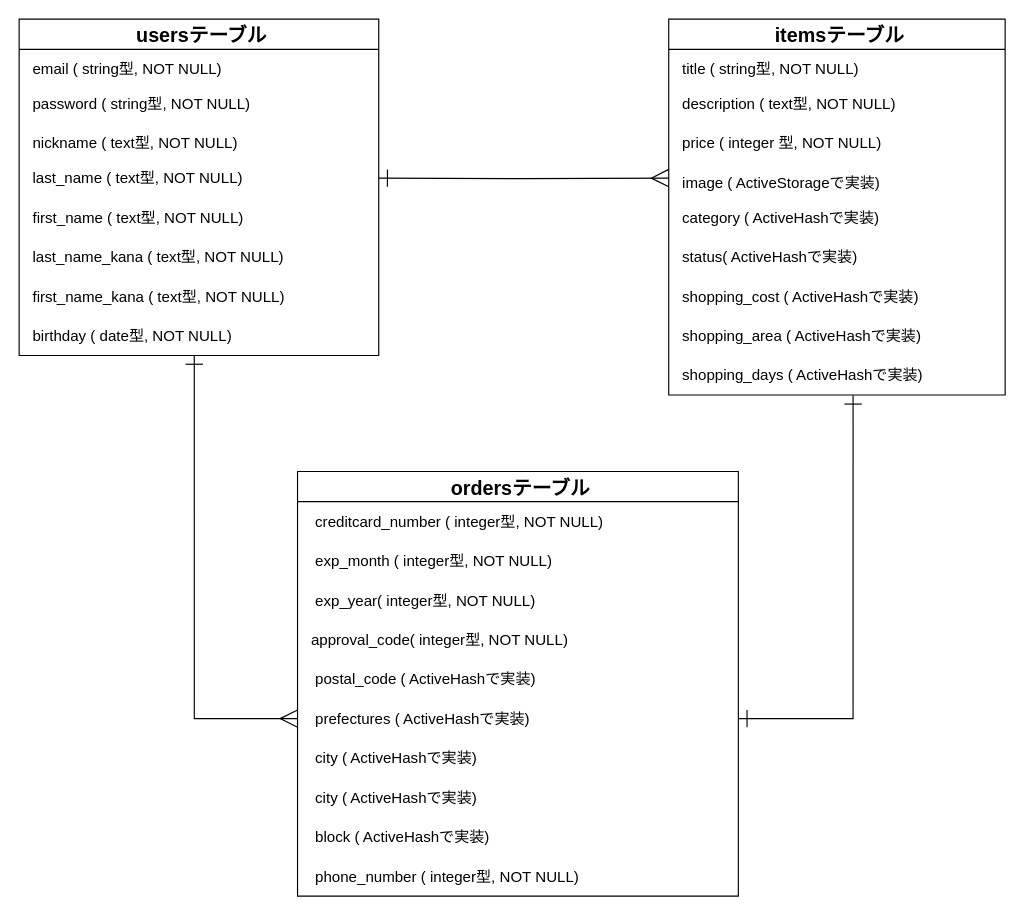
Earlier version of the draw.io diagram app/views/furima.dio (shiorifujimoto/furima-32365). Source tidied: cells renumbered, new cells numbered last; positions are measured from the earlier drawing's top-left corner, leaving out a move shared by most shapes. Both pictures are drawn from the tidied source at 116%, with x=0, y=0 at pixel (19, 19).
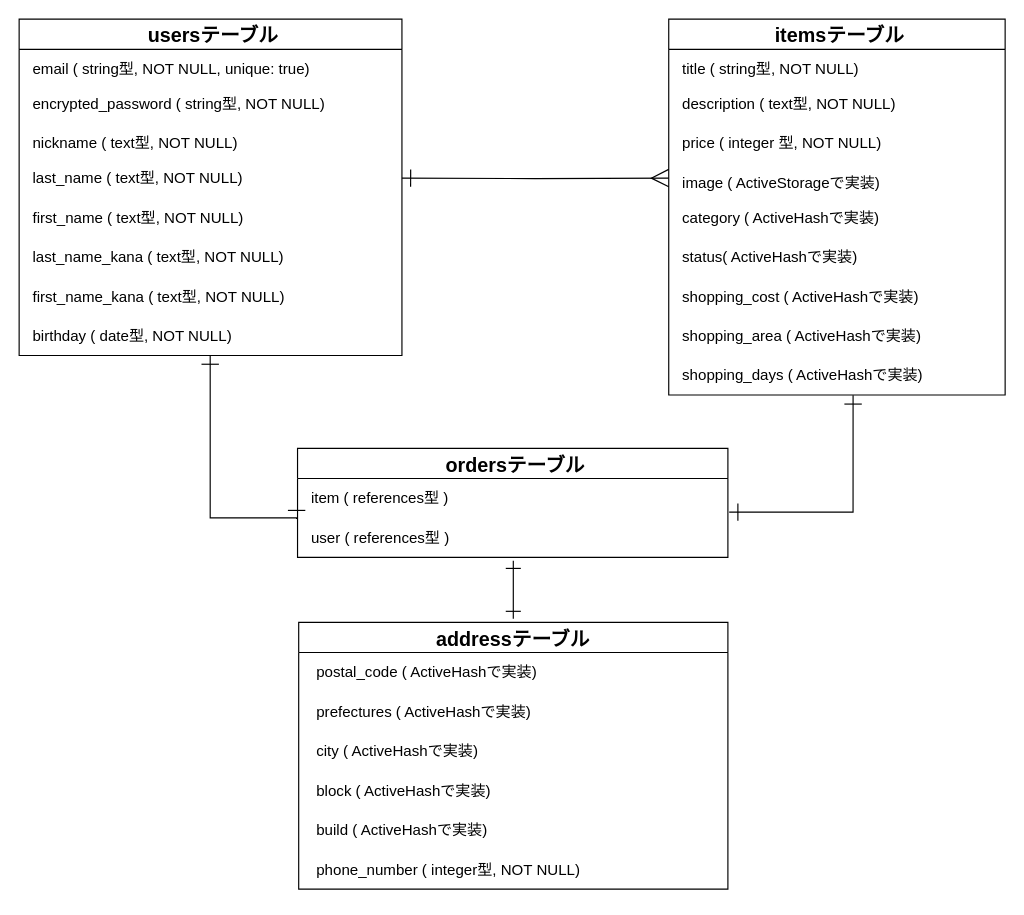
After the change.

Commit message (it also covers changes not shown here):
データベース設計の修正１

The change refers to these unchanged cells:
```xml
<mxCell id="11" value="shopping_days ( ActiveHashで実装)" style="text;strokeColor=none;fillColor=none;spacingLeft=7;spacingRight=2;overflow=hidden;points=[[0,0.5],[1,0.5]];portConstraint=eastwest;fontSize=13;spacing=5;" parent="2" vertex="1">
  <mxGeometry y="290" width="290" height="34" as="geometry" />
</mxCell>
```

What changed in the source:
```diff
@@
     <mxCell id="12" value="ordersテーブル" style="swimlane;fontStyle=1;horizontal=1;startSize=26;align=center;fontSize=17;spacingRight=2;spacingLeft=7;" parent="1" vertex="1">
-      <mxGeometry x="240" y="390" width="380" height="366" as="geometry" />
+      <mxGeometry x="240" y="370" width="371" height="94" as="geometry" />
     </mxCell>
-    <mxCell id="13" value=" creditcard_number ( integer型, NOT NULL)" style="text;strokeColor=none;fillColor=none;spacingLeft=7;spacingRight=2;overflow=hidden;fontSize=13;spacing=5;" parent="12" vertex="1">
-      <mxGeometry y="26" width="380" height="34" as="geometry" />
-    </mxCell>
-    <mxCell id="14" value=" exp_month ( integer型, NOT NULL)" style="text;strokeColor=none;fillColor=none;spacingLeft=7;spacingRight=2;overflow=hidden;fontSize=13;spacing=5;" parent="12" vertex="1">
-      <mxGeometry y="60" width="380" height="34" as="geometry" />
-    </mxCell>
-    <mxCell id="15" value=" exp_year( integer型, NOT NULL)" style="text;strokeColor=none;fillColor=none;spacingLeft=7;spacingRight=2;overflow=hidden;fontSize=13;spacing=5;" parent="12" vertex="1">
-      <mxGeometry y="94" width="380" height="34" as="geometry" />
-    </mxCell>
-    <mxCell id="16" value="approval_code( integer型, NOT NULL)" style="text;strokeColor=none;fillColor=none;spacingLeft=7;spacingRight=2;overflow=hidden;fontSize=13;spacing=5;" parent="12" vertex="1">
-      <mxGeometry y="128" width="380" height="34" as="geometry" />
-    </mxCell>
-    <mxCell id="17" value=" postal_code ( ActiveHashで実装)" style="text;strokeColor=none;fillColor=none;spacingLeft=7;spacingRight=2;overflow=hidden;fontSize=13;spacing=5;" parent="12" vertex="1">
-      <mxGeometry y="162" width="380" height="34" as="geometry" />
-    </mxCell>
-    <mxCell id="18" value=" prefectures ( ActiveHashで実装)" style="text;strokeColor=none;fillColor=none;spacingLeft=7;spacingRight=2;overflow=hidden;points=[[0,0.5],[1,0.5]];portConstraint=eastwest;fontSize=13;spacing=5;" parent="12" vertex="1">
-      <mxGeometry y="196" width="380" height="34" as="geometry" />
-    </mxCell>
-    <mxCell id="19" value=" city ( ActiveHashで実装)" style="text;strokeColor=none;fillColor=none;spacingLeft=7;spacingRight=2;overflow=hidden;fontSize=13;spacing=5;" parent="12" vertex="1">
-      <mxGeometry y="230" width="380" height="34" as="geometry" />
-    </mxCell>
-    <mxCell id="20" value=" city ( ActiveHashで実装)" style="text;strokeColor=none;fillColor=none;spacingLeft=7;spacingRight=2;overflow=hidden;fontSize=13;spacing=5;" parent="12" vertex="1">
-      <mxGeometry y="264" width="380" height="34" as="geometry" />
-    </mxCell>
-    <mxCell id="21" value=" block ( ActiveHashで実装)" style="text;strokeColor=none;fillColor=none;spacingLeft=7;spacingRight=2;overflow=hidden;fontSize=13;spacing=5;" parent="12" vertex="1">
-      <mxGeometry y="298" width="380" height="34" as="geometry" />
-    </mxCell>
-    <mxCell id="22" value=" phone_number ( integer型, NOT NULL)" style="text;strokeColor=none;fillColor=none;spacingLeft=7;spacingRight=2;overflow=hidden;fontSize=13;spacing=5;" parent="12" vertex="1">
-      <mxGeometry y="332" width="380" height="34" as="geometry" />
-    </mxCell>
+    <mxCell id="35" value="item ( references型 )" style="text;strokeColor=none;fillColor=none;spacingLeft=7;spacingRight=2;overflow=hidden;fontSize=13;spacing=5;" parent="12" vertex="1">
+      <mxGeometry y="26" width="371" height="34" as="geometry" />
+    </mxCell>
+    <mxCell id="36" value="user ( references型 )" style="text;strokeColor=none;fillColor=none;spacingLeft=7;spacingRight=2;overflow=hidden;points=[[0,0.5],[1,0.5]];portConstraint=eastwest;fontSize=13;spacing=5;" parent="12" vertex="1">
+      <mxGeometry y="60" width="371" height="34" as="geometry" />
+    </mxCell>
     <mxCell id="23" value="usersテーブル" style="swimlane;fontStyle=1;horizontal=1;startSize=26;align=center;fontSize=17;spacing=15;spacingTop=0;spacingBottom=0;spacingRight=2;spacingLeft=7;" parent="1" vertex="1">
-      <mxGeometry width="310" height="290" as="geometry" />
+      <mxGeometry width="330" height="290" as="geometry" />
     </mxCell>
-    <mxCell id="24" value="email ( string型, NOT NULL)" style="text;strokeColor=none;fillColor=none;spacingLeft=7;spacingRight=2;overflow=hidden;fontSize=13;spacing=5;" parent="23" vertex="1">
-      <mxGeometry y="26" width="310" height="30" as="geometry" />
+    <mxCell id="24" value="email ( string型, NOT NULL, unique: true)" style="text;strokeColor=none;fillColor=none;spacingLeft=7;spacingRight=2;overflow=hidden;fontSize=13;spacing=5;" parent="23" vertex="1">
+      <mxGeometry y="26" width="330" height="30" as="geometry" />
     </mxCell>
-    <mxCell id="25" value="password ( string型, NOT NULL)" style="text;strokeColor=none;fillColor=none;spacingLeft=7;spacingRight=2;overflow=hidden;fontSize=13;spacing=5;" parent="23" vertex="1">
-      <mxGeometry y="56" width="310" height="34" as="geometry" />
+    <mxCell id="25" value="encrypted_password ( string型, NOT NULL)" style="text;strokeColor=none;fillColor=none;spacingLeft=7;spacingRight=2;overflow=hidden;fontSize=13;spacing=5;" parent="23" vertex="1">
+      <mxGeometry y="56" width="330" height="34" as="geometry" />
     </mxCell>
     <mxCell id="26" value="nickname ( text型, NOT NULL)" style="text;strokeColor=none;fillColor=none;spacingLeft=7;spacingRight=2;overflow=hidden;fontSize=13;spacing=5;" parent="23" vertex="1">
-      <mxGeometry y="90" width="310" height="30" as="geometry" />
+      <mxGeometry y="90" width="330" height="30" as="geometry" />
     </mxCell>
     <mxCell id="27" value="last_name ( text型, NOT NULL)" style="text;strokeColor=none;fillColor=none;spacingLeft=7;spacingRight=2;overflow=hidden;points=[[0,0.5],[1,0.5]];portConstraint=eastwest;fontSize=13;spacing=5;" parent="23" vertex="1">
-      <mxGeometry y="120" width="310" height="34" as="geometry" />
+      <mxGeometry y="120" width="330" height="34" as="geometry" />
     </mxCell>
     <mxCell id="28" value="first_name ( text型, NOT NULL)" style="text;strokeColor=none;fillColor=none;spacingLeft=7;spacingRight=2;overflow=hidden;fontSize=13;spacing=5;" parent="23" vertex="1">
-      <mxGeometry y="154" width="310" height="34" as="geometry" />
+      <mxGeometry y="154" width="330" height="34" as="geometry" />
     </mxCell>
     <mxCell id="29" value="last_name_kana ( text型, NOT NULL)" style="text;strokeColor=none;fillColor=none;spacingLeft=7;spacingRight=2;overflow=hidden;fontSize=13;spacing=5;" parent="23" vertex="1">
-      <mxGeometry y="188" width="310" height="34" as="geometry" />
+      <mxGeometry y="188" width="330" height="34" as="geometry" />
     </mxCell>
     <mxCell id="30" value="first_name_kana ( text型, NOT NULL)" style="text;strokeColor=none;fillColor=none;spacingLeft=7;spacingRight=2;overflow=hidden;fontSize=13;spacing=5;" parent="23" vertex="1">
-      <mxGeometry y="222" width="310" height="34" as="geometry" />
+      <mxGeometry y="222" width="330" height="34" as="geometry" />
     </mxCell>
     <mxCell id="31" value="birthday ( date型, NOT NULL)" style="text;strokeColor=none;fillColor=none;spacingLeft=7;spacingRight=2;overflow=hidden;points=[[0,0.5],[1,0.5]];portConstraint=eastwest;fontSize=13;spacing=5;" parent="23" vertex="1">
-      <mxGeometry y="256" width="310" height="34" as="geometry" />
+      <mxGeometry y="256" width="330" height="34" as="geometry" />
     </mxCell>
-    <mxCell id="32" style="edgeStyle=orthogonalEdgeStyle;rounded=0;jumpSize=6;jettySize=auto;html=1;exitX=0;exitY=0.5;exitDx=0;exitDy=0;entryX=0.487;entryY=1;entryDx=0;entryDy=0;entryPerimeter=0;startArrow=ERmany;startFill=0;startSize=13;sourcePerimeterSpacing=0;endArrow=ERone;endFill=0;endSize=13;strokeWidth=1;fontSize=13;spacingRight=2;spacingLeft=7;" parent="1" edge="1" source="18" target="31">
-      <mxGeometry relative="1" as="geometry" />
+    <mxCell id="32" style="edgeStyle=orthogonalEdgeStyle;rounded=0;jumpSize=6;orthogonalLoop=1;jettySize=auto;html=1;entryX=0.487;entryY=1;entryDx=0;entryDy=0;entryPerimeter=0;startArrow=ERone;startFill=0;startSize=13;sourcePerimeterSpacing=0;endArrow=ERone;endFill=0;endSize=13;strokeWidth=1;fontSize=13;spacingRight=2;spacingLeft=7;exitX=-0.013;exitY=0.029;exitDx=0;exitDy=0;exitPerimeter=0;" parent="1" edge="1">
+      <mxGeometry relative="1" as="geometry">
+        <mxPoint x="239.2" y="431" as="sourcePoint" />
+        <mxPoint x="164.7" y="290" as="targetPoint" />
+        <Array as="points">
+          <mxPoint x="165" y="430" />
+        </Array>
+      </mxGeometry>
     </mxCell>
@@
-    <mxCell id="34" style="edgeStyle=orthogonalEdgeStyle;rounded=0;jumpSize=6;jettySize=auto;html=1;exitX=1;exitY=0.5;exitDx=0;exitDy=0;startArrow=ERone;startFill=0;startSize=13;sourcePerimeterSpacing=0;endArrow=ERone;endFill=0;endSize=13;strokeWidth=1;fontSize=13;entryX=0.548;entryY=1.01;entryDx=0;entryDy=0;entryPerimeter=0;spacingRight=2;spacingLeft=7;" parent="1" edge="1" source="18" target="11">
-      <mxGeometry relative="1" as="geometry" />
+    <mxCell id="34" style="edgeStyle=orthogonalEdgeStyle;rounded=0;jumpSize=6;jettySize=auto;html=1;exitX=1.003;exitY=-0.147;exitDx=0;exitDy=0;startArrow=ERone;startFill=0;startSize=13;sourcePerimeterSpacing=0;endArrow=ERone;endFill=0;endSize=13;strokeWidth=1;fontSize=13;entryX=0.548;entryY=1.01;entryDx=0;entryDy=0;entryPerimeter=0;spacingRight=2;spacingLeft=7;exitPerimeter=0;" parent="1" edge="1" source="36" target="11">
+      <mxGeometry relative="1" as="geometry">
+        <Array as="points">
+          <mxPoint x="719" y="425" />
+        </Array>
+      </mxGeometry>
     </mxCell>
+    <mxCell id="37" style="edgeStyle=orthogonalEdgeStyle;rounded=0;orthogonalLoop=1;jettySize=auto;html=1;exitX=0.5;exitY=0;exitDx=0;exitDy=0;fontSize=17;endArrow=ERone;endFill=0;startArrow=ERone;startFill=0;endSize=11;startSize=11;" parent="1" edge="1">
+      <mxGeometry relative="1" as="geometry">
+        <mxPoint x="426" y="517" as="sourcePoint" />
+        <mxPoint x="426" y="467" as="targetPoint" />
+        <Array as="points">
+          <mxPoint x="426" y="487" />
+          <mxPoint x="426" y="487" />
+        </Array>
+      </mxGeometry>
+    </mxCell>
+    <mxCell id="38" value="addressテーブル" style="swimlane;fontStyle=1;horizontal=1;startSize=26;align=center;fontSize=17;" parent="1" vertex="1">
+      <mxGeometry x="241" y="520" width="370" height="230" as="geometry" />
+    </mxCell>
+    <mxCell id="17" value=" postal_code ( ActiveHashで実装)" style="text;strokeColor=none;fillColor=none;spacingLeft=7;spacingRight=2;overflow=hidden;fontSize=13;spacing=5;" parent="38" vertex="1">
+      <mxGeometry y="26" width="370" height="34" as="geometry" />
+    </mxCell>
+    <mxCell id="18" value=" prefectures ( ActiveHashで実装)" style="text;strokeColor=none;fillColor=none;spacingLeft=7;spacingRight=2;overflow=hidden;points=[[0,0.5],[1,0.5]];portConstraint=eastwest;fontSize=13;spacing=5;" parent="38" vertex="1">
+      <mxGeometry y="60" width="370" height="34" as="geometry" />
+    </mxCell>
+    <mxCell id="19" value=" city ( ActiveHashで実装)" style="text;strokeColor=none;fillColor=none;spacingLeft=7;spacingRight=2;overflow=hidden;fontSize=13;spacing=5;" parent="38" vertex="1">
+      <mxGeometry y="94" width="370" height="34" as="geometry" />
+    </mxCell>
+    <mxCell id="21" value=" block ( ActiveHashで実装)" style="text;strokeColor=none;fillColor=none;spacingLeft=7;spacingRight=2;overflow=hidden;fontSize=13;spacing=5;" parent="38" vertex="1">
+      <mxGeometry y="128" width="370" height="34" as="geometry" />
+    </mxCell>
+    <mxCell id="39" value=" build ( ActiveHashで実装)" style="text;strokeColor=none;fillColor=none;spacingLeft=7;spacingRight=2;overflow=hidden;fontSize=13;spacing=5;" parent="38" vertex="1">
+      <mxGeometry y="162" width="370" height="34" as="geometry" />
+    </mxCell>
+    <mxCell id="22" value=" phone_number ( integer型, NOT NULL)" style="text;strokeColor=none;fillColor=none;spacingLeft=7;spacingRight=2;overflow=hidden;fontSize=13;spacing=5;" parent="38" vertex="1">
+      <mxGeometry y="196" width="370" height="34" as="geometry" />
+    </mxCell>
```
